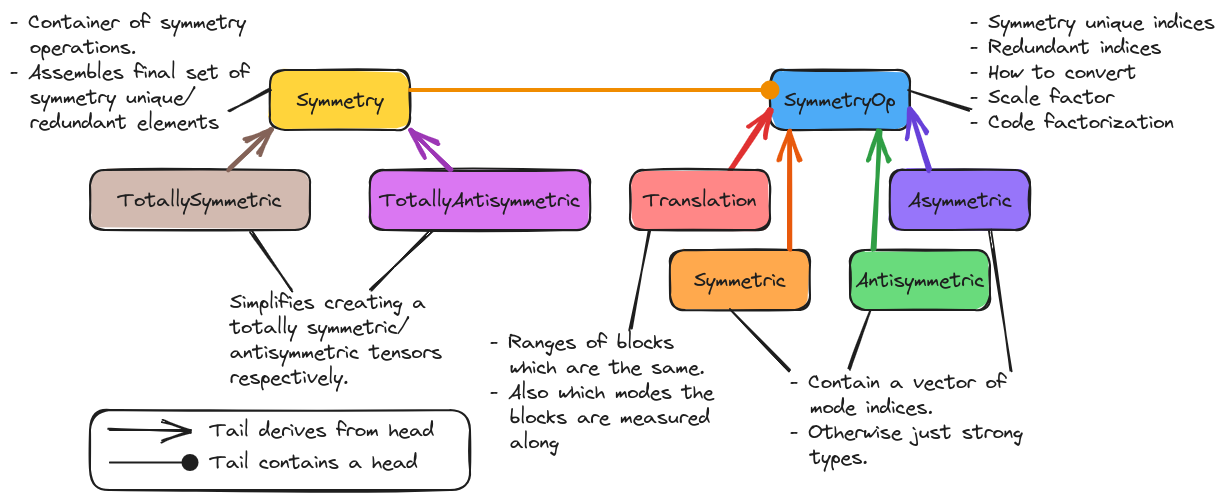
This is docs/source/developer/design/assets/symmetry.png from NWChemEx/TensorWrapper, a Excalidraw export, as it was before one commit. Source tidied: one line per element, renumbered; positions are measured from the earlier drawing's top-left corner, leaving out a move shared by most shapes.
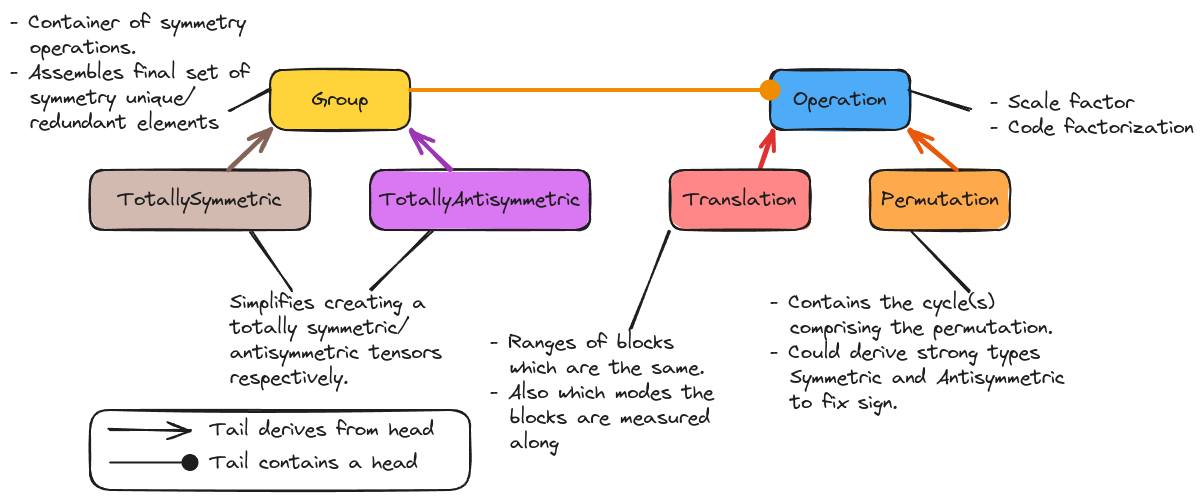
Above is the later version.

The edit, as a diff of the source:
```diff
@@ -1,33 +1,25 @@
 {"id": 0, "type": "rectangle", "strokeColor": "#1e1e1e", "backgroundColor": "#ffd43b", "fillStyle": "solid", "strokeWidth": 2, "roughness": 1, "round": true, "x": 260, "y": 60, "width": 140, "height": 60}
-{"id": 1, "type": "text", "text": "Symmetry", "strokeColor": "#1e1e1e", "strokeWidth": 1, "roughness": 1, "fontSize": 20, "fontFamily": 1, "textAlign": "center", "verticalAlign": "middle", "inside": 0, "x": 286, "y": 78, "width": 87, "height": 25}
+{"id": 1, "type": "text", "text": "Group", "strokeColor": "#1e1e1e", "strokeWidth": 1, "roughness": 1, "fontSize": 20, "fontFamily": 1, "textAlign": "center", "verticalAlign": "middle", "inside": 0, "x": 302, "y": 78, "width": 57, "height": 25}
-{"id": 2, "type": "rectangle", "strokeColor": "#1e1e1e", "backgroundColor": "#ffa94d", "fillStyle": "solid", "strokeWidth": 2, "roughness": 1, "round": true, "x": 660, "y": 240, "width": 140, "height": 60}
+{"id": 2, "type": "rectangle", "strokeColor": "#1e1e1e", "backgroundColor": "#ffa94d", "fillStyle": "solid", "strokeWidth": 2, "roughness": 1, "round": true, "x": 860, "y": 160, "width": 140, "height": 60}
-{"id": 3, "type": "text", "text": "Symmetric", "strokeColor": "#1e1e1e", "strokeWidth": 1, "roughness": 1, "fontSize": 20, "fontFamily": 1, "textAlign": "center", "verticalAlign": "middle", "inside": 2, "x": 684, "y": 258, "width": 92, "height": 25}
+{"id": 3, "type": "text", "text": "Permutation", "strokeColor": "#1e1e1e", "strokeWidth": 1, "roughness": 1, "fontSize": 20, "fontFamily": 1, "textAlign": "center", "verticalAlign": "middle", "inside": 2, "x": 871, "y": 178, "width": 118, "height": 25}
-{"id": 4, "type": "rectangle", "strokeColor": "#1e1e1e", "backgroundColor": "#69db7c", "fillStyle": "solid", "strokeWidth": 2, "roughness": 1, "round": true, "x": 840, "y": 240, "width": 140, "height": 60}
-{"id": 5, "type": "text", "text": "Antisymmetric", "strokeColor": "#1e1e1e", "strokeWidth": 1, "roughness": 1, "fontSize": 20, "fontFamily": 1, "textAlign": "center", "verticalAlign": "middle", "inside": 4, "x": 846, "y": 258, "width": 129, "height": 25}
-{"id": 6, "type": "text", "text": "- Contain a vector of\n  mode indices.\n- Otherwise just strong\n  types. ", "strokeColor": "#1e1e1e", "strokeWidth": 1, "roughness": 1, "fontSize": 20, "fontFamily": 1, "x": 780, "y": 360, "width": 233, "height": 100}
+{"id": 6, "type": "text", "text": "- Contains the cycle(s)\n  comprising the permutation.\n- Could derive strong types \n  Symmetric and Antisymmetric\n  to fix sign.\n ", "strokeColor": "#1e1e1e", "strokeWidth": 1, "roughness": 1, "fontSize": 20, "fontFamily": 1, "x": 760, "y": 280, "width": 295, "height": 150}
 {"id": 7, "type": "rectangle", "strokeColor": "#1e1e1e", "backgroundColor": "#d2bab0", "fillStyle": "solid", "strokeWidth": 2, "roughness": 1, "round": true, "x": 80, "y": 160, "width": 220, "height": 60}
 {"id": 8, "type": "text", "text": "TotallySymmetric", "strokeColor": "#1e1e1e", "strokeWidth": 1, "roughness": 1, "fontSize": 20, "fontFamily": 1, "textAlign": "center", "verticalAlign": "middle", "inside": 7, "x": 108, "y": 178, "width": 164, "height": 25}
 {"id": 9, "type": "rectangle", "strokeColor": "#1e1e1e", "backgroundColor": "#da77f2", "fillStyle": "solid", "strokeWidth": 2, "roughness": 1, "round": true, "x": 360, "y": 160, "width": 220, "height": 60}
 {"id": 10, "type": "text", "text": "TotallyAntisymmetric", "strokeColor": "#1e1e1e", "strokeWidth": 1, "roughness": 1, "fontSize": 20, "fontFamily": 1, "textAlign": "center", "verticalAlign": "middle", "inside": 9, "x": 370, "y": 178, "width": 201, "height": 25}
 {"id": 11, "type": "arrow", "strokeColor": "#846358", "strokeWidth": 4, "roughness": 1, "endArrowhead": "arrow", "round": true, "from": 7, "to": 0, "x": 219, "y": 159, "width": 41, "height": 39, "points": [[0, 0], [41, -39]]}
 {"id": 12, "type": "arrow", "strokeColor": "#9c36b5", "strokeWidth": 4, "roughness": 1, "endArrowhead": "arrow", "round": true, "from": 9, "to": 0, "x": 441, "y": 159, "width": 41, "height": 39, "points": [[0, 0], [-41, -39]]}
-{"id": 13, "type": "rectangle", "strokeColor": "#1e1e1e", "backgroundColor": "#9775fa", "fillStyle": "solid", "strokeWidth": 2, "roughness": 1, "round": true, "x": 880, "y": 160, "width": 140, "height": 60}
-{"id": 14, "type": "text", "text": "Asymmetric", "strokeColor": "#1e1e1e", "strokeWidth": 1, "roughness": 1, "fontSize": 20, "fontFamily": 1, "textAlign": "center", "verticalAlign": "middle", "inside": 13, "x": 898, "y": 178, "width": 104, "height": 25}
 {"id": 15, "type": "rectangle", "strokeColor": "#1e1e1e", "backgroundColor": "#4dabf7", "fillStyle": "solid", "strokeWidth": 2, "roughness": 1, "round": true, "x": 760, "y": 60, "width": 140, "height": 60}
-{"id": 16, "type": "text", "text": "SymmetryOp", "strokeColor": "#1e1e1e", "strokeWidth": 1, "roughness": 1, "fontSize": 20, "fontFamily": 1, "textAlign": "center", "verticalAlign": "middle", "inside": 15, "x": 774, "y": 78, "width": 111, "height": 25}
+{"id": 16, "type": "text", "text": "Operation", "strokeColor": "#1e1e1e", "strokeWidth": 1, "roughness": 1, "fontSize": 20, "fontFamily": 1, "textAlign": "center", "verticalAlign": "middle", "inside": 15, "x": 783, "y": 78, "width": 93, "height": 25}
-{"id": 17, "type": "text", "text": "- Symmetry unique indices\n- Redundant indices\n- How to convert\n- Scale factor\n- Code factorization", "strokeColor": "#1e1e1e", "strokeWidth": 1, "roughness": 1, "fontSize": 20, "fontFamily": 1, "x": 960, "y": 0, "width": 245, "height": 125}
+{"id": 17, "type": "text", "text": "- Scale factor\n- Code factorization", "strokeColor": "#1e1e1e", "strokeWidth": 1, "roughness": 1, "fontSize": 20, "fontFamily": 1, "x": 980, "y": 80, "width": 204, "height": 50}
-{"id": 18, "type": "arrow", "strokeColor": "#e8590c", "strokeWidth": 4, "roughness": 1, "endArrowhead": "arrow", "round": true, "from": 2, "to": 15, "x": 780, "y": 239, "width": 0, "height": 118, "points": [[0, 0], [0, -118]]}
+{"id": 18, "type": "arrow", "strokeColor": "#e8590c", "strokeWidth": 4, "roughness": 1, "endArrowhead": "arrow", "round": true, "from": 2, "to": 15, "x": 946, "y": 159, "width": 46, "height": 39, "points": [[0, 0], [-46, -39]]}
-{"id": 19, "type": "arrow", "strokeColor": "#2f9e44", "strokeWidth": 4, "roughness": 1, "endArrowhead": "arrow", "round": true, "from": 4, "to": 15, "x": 863, "y": 239, "width": 8, "height": 117, "points": [[0, 0], [8, -117]]}
-{"id": 20, "type": "arrow", "strokeColor": "#e03131", "strokeWidth": 4, "roughness": 1, "endArrowhead": "arrow", "round": true, "from": 21, "to": 15, "x": 720, "y": 160, "width": 40, "height": 60, "points": [[0, 0], [40, -60]]}
+{"id": 20, "type": "arrow", "strokeColor": "#e03131", "strokeWidth": 4, "roughness": 1, "endArrowhead": "arrow", "round": true, "from": 21, "to": 15, "x": 750, "y": 159, "width": 13, "height": 38, "points": [[0, 0], [13, -38]]}
-{"id": 21, "type": "rectangle", "strokeColor": "#1e1e1e", "backgroundColor": "#ff8787", "fillStyle": "solid", "strokeWidth": 2, "roughness": 1, "round": true, "x": 620, "y": 160, "width": 140, "height": 60}
+{"id": 21, "type": "rectangle", "strokeColor": "#1e1e1e", "backgroundColor": "#ff8787", "fillStyle": "solid", "strokeWidth": 2, "roughness": 1, "round": true, "x": 660, "y": 160, "width": 140, "height": 60}
-{"id": 22, "type": "text", "text": "Translation", "strokeColor": "#1e1e1e", "strokeWidth": 1, "roughness": 1, "fontSize": 20, "fontFamily": 1, "textAlign": "center", "verticalAlign": "middle", "inside": 21, "x": 634, "y": 178, "width": 113, "height": 25}
+{"id": 22, "type": "text", "text": "Translation", "strokeColor": "#1e1e1e", "strokeWidth": 1, "roughness": 1, "fontSize": 20, "fontFamily": 1, "textAlign": "center", "verticalAlign": "middle", "inside": 21, "x": 674, "y": 178, "width": 113, "height": 25}
-{"id": 23, "type": "arrow", "strokeColor": "#6741d9", "strokeWidth": 4, "roughness": 1, "endArrowhead": "arrow", "round": true, "from": 13, "to": 15, "x": 920, "y": 160, "width": 20, "height": 60, "points": [[0, 0], [-20, -60]]}
-{"id": 24, "type": "line", "strokeColor": "#1e1e1e", "strokeWidth": 2, "roughness": 1, "round": true, "x": 720, "y": 300, "width": 60, "height": 60, "points": [[0, 0], [60, 60]]}
+{"id": 24, "type": "line", "strokeColor": "#1e1e1e", "strokeWidth": 2, "roughness": 1, "round": true, "x": 900, "y": 221, "width": 60, "height": 60, "points": [[0, 0], [60, 60]]}
-{"id": 25, "type": "line", "strokeColor": "#1e1e1e", "strokeWidth": 2, "roughness": 1, "round": true, "x": 840, "y": 360, "width": 20, "height": 60, "points": [[0, 0], [20, -60]]}
-{"id": 26, "type": "line", "strokeColor": "#1e1e1e", "strokeWidth": 2, "roughness": 1, "round": true, "x": 1001, "y": 360, "width": 21, "height": 140, "points": [[0, 0], [-21, -140]]}
 {"id": 27, "type": "line", "strokeColor": "#1e1e1e", "strokeWidth": 2, "roughness": 1, "round": true, "x": 900, "y": 80, "width": 60, "height": 20, "points": [[0, 0], [60, 20]]}
 {"id": 28, "type": "text", "text": "- Ranges of blocks\n  which are the same.\n- Also which modes the\n  blocks are measured\n  along", "strokeColor": "#1e1e1e", "backgroundColor": "#9775fa", "fillStyle": "solid", "strokeWidth": 2, "roughness": 1, "fontSize": 20, "fontFamily": 1, "x": 480, "y": 320, "width": 224, "height": 125}
-{"id": 29, "type": "line", "strokeColor": "#1e1e1e", "backgroundColor": "#9775fa", "fillStyle": "solid", "strokeWidth": 2, "roughness": 1, "round": true, "x": 640, "y": 220, "width": 20, "height": 100, "points": [[0, 0], [-20, 100]]}
+{"id": 29, "type": "line", "strokeColor": "#1e1e1e", "backgroundColor": "#9775fa", "fillStyle": "solid", "strokeWidth": 2, "roughness": 1, "round": true, "x": 660, "y": 220, "width": 40, "height": 100, "points": [[0, 0], [-40, 100]]}
 {"id": 30, "type": "text", "text": "Simplifies creating a\ntotally symmetric/\nantisymmetric tensors\nrespectively.\n", "strokeColor": "#1e1e1e", "backgroundColor": "#da77f2", "fillStyle": "solid", "strokeWidth": 4, "roughness": 1, "fontSize": 20, "fontFamily": 1, "x": 220, "y": 280, "width": 212, "height": 125}
 {"id": 31, "type": "line", "strokeColor": "#1e1e1e", "backgroundColor": "#da77f2", "fillStyle": "solid", "strokeWidth": 2, "roughness": 1, "round": true, "x": 362, "y": 281, "width": 60, "height": 60, "points": [[0, 0], [60, -60]]}
 {"id": 32, "type": "line", "strokeColor": "#1e1e1e", "backgroundColor": "#da77f2", "fillStyle": "solid", "strokeWidth": 2, "roughness": 1, "round": true, "x": 241, "y": 221, "width": 40, "height": 60, "points": [[0, 0], [40, 60]]}
```
